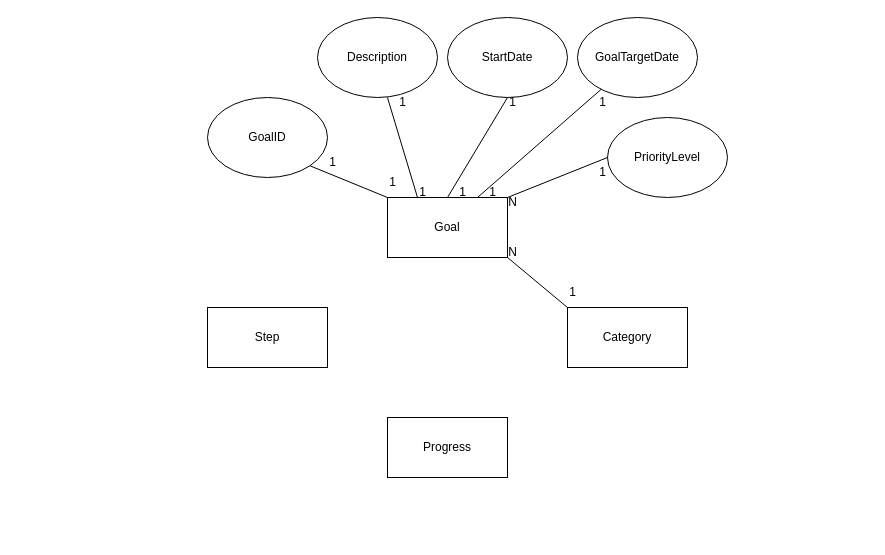
This is Database/Goal Tracker Entity Relationship Diagram.drawio from NathanielStirret/SPU_CSC3220_W25_T-team-6-, a draw.io file, before an edit. Source tidied: cells renumbered, new cells numbered last; positions are measured from the earlier drawing's top-left corner, leaving out a move shared by most shapes. Both pictures are drawn from the tidied source at 100%, with x=0, y=0 at pixel (207, 17).
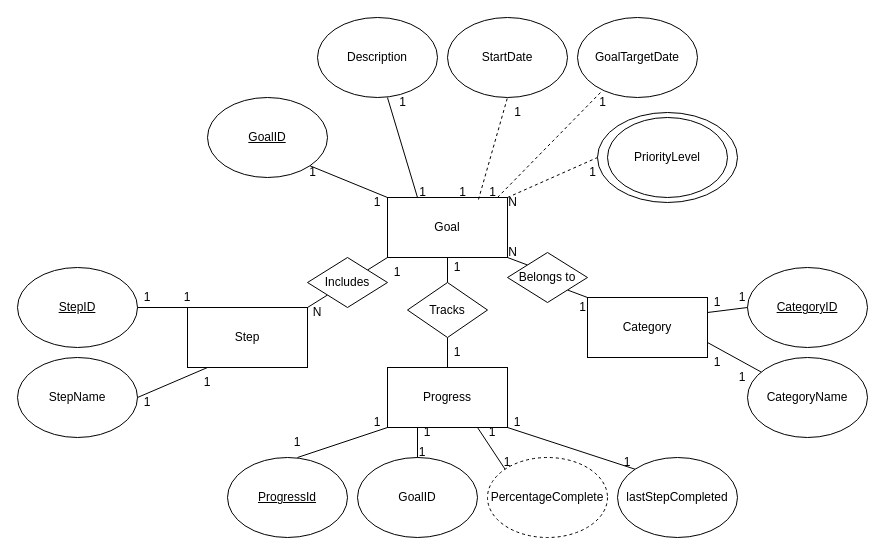
After the change.

The change refers to these unchanged cells:
```xml
<mxCell id="2" value="Goal" style="rounded=0;whiteSpace=wrap;html=1;" parent="1" vertex="1">
  <mxGeometry x="180" y="180" width="120" height="60" as="geometry" />
</mxCell>
<mxCell id="9" value="StartDate" style="ellipse;whiteSpace=wrap;html=1;" parent="1" vertex="1">
  <mxGeometry x="240" width="120" height="80" as="geometry" />
</mxCell>
<mxCell id="10" value="GoalTargetDate" style="ellipse;whiteSpace=wrap;html=1;" parent="1" vertex="1">
  <mxGeometry x="370" width="120" height="80" as="geometry" />
</mxCell>
<mxCell id="17" value="PriorityLevel" style="ellipse;whiteSpace=wrap;html=1;" parent="1" vertex="1">
  <mxGeometry x="400" y="100" width="120" height="80" as="geometry" />
</mxCell>
<mxCell id="22" value="1" style="text;html=1;align=center;verticalAlign=middle;points=[];strokeColor=none;fillColor=none;" parent="1" vertex="1">
  <mxGeometry x="380" y="70" width="30" height="30" as="geometry" />
</mxCell>
<mxCell id="25" value="1" style="text;html=1;align=center;verticalAlign=middle;points=[];strokeColor=none;fillColor=none;" parent="1" vertex="1">
  <mxGeometry x="240" y="160" width="30" height="30" as="geometry" />
</mxCell>
```

The edit, as a diff of the source:
```diff
@@
     <mxCell id="3" value="Progress" style="rounded=0;whiteSpace=wrap;html=1;" parent="1" vertex="1">
-      <mxGeometry x="180" y="400" width="120" height="60" as="geometry" />
+      <mxGeometry x="180" y="350" width="120" height="60" as="geometry" />
     </mxCell>
     <mxCell id="4" value="Step" style="rounded=0;whiteSpace=wrap;html=1;" parent="1" vertex="1">
-      <mxGeometry y="290" width="120" height="60" as="geometry" />
+      <mxGeometry x="-20" y="290" width="120" height="60" as="geometry" />
     </mxCell>
     <mxCell id="5" value="Category" style="rounded=0;whiteSpace=wrap;html=1;" parent="1" vertex="1">
-      <mxGeometry x="360" y="290" width="120" height="60" as="geometry" />
+      <mxGeometry x="380" y="280" width="120" height="60" as="geometry" />
     </mxCell>
-    <mxCell id="6" value="GoalID" style="ellipse;whiteSpace=wrap;html=1;" parent="1" vertex="1">
+    <mxCell id="6" value="&lt;u&gt;GoalID&lt;/u&gt;" style="ellipse;whiteSpace=wrap;html=1;" parent="1" vertex="1">
       <mxGeometry y="80" width="120" height="80" as="geometry" />
     </mxCell>
@@
-    <mxCell id="8" style="endArrow=none;html=1;rounded=0;entryX=1;entryY=1;entryDx=0;entryDy=0;exitX=0;exitY=0;exitDx=0;exitDy=0;" parent="1" edge="1" source="5" target="2">
+    <mxCell id="8" style="endArrow=none;html=1;rounded=0;entryX=1;entryY=1;entryDx=0;entryDy=0;exitX=0;exitY=0;exitDx=0;exitDy=0;" parent="1" edge="1" source="76" target="2">
       <mxGeometry relative="1" as="geometry" />
     </mxCell>
@@
-    <mxCell id="13" style="endArrow=none;html=1;rounded=0;entryX=0.5;entryY=1;entryDx=0;entryDy=0;exitX=0.5;exitY=0;exitDx=0;exitDy=0;" parent="1" edge="1" source="2" target="9">
-      <mxGeometry relative="1" as="geometry" />
-    </mxCell>
-    <mxCell id="14" style="endArrow=none;html=1;rounded=0;exitX=0.75;exitY=0;exitDx=0;exitDy=0;" parent="1" edge="1" source="2" target="10">
-      <mxGeometry relative="1" as="geometry" />
-    </mxCell>
     <mxCell id="15" value="1" style="text;html=1;align=center;verticalAlign=middle;strokeColor=none;fillColor=none;" parent="1" vertex="1">
-      <mxGeometry x="350" y="260" width="30" height="30" as="geometry" />
+      <mxGeometry x="360" y="275" width="30" height="30" as="geometry" />
     </mxCell>
@@
-    <mxCell id="18" style="endArrow=none;html=1;rounded=0;entryX=0;entryY=0.5;entryDx=0;entryDy=0;exitX=1;exitY=0;exitDx=0;exitDy=0;" parent="1" edge="1" source="2" target="17">
-      <mxGeometry relative="1" as="geometry" />
-    </mxCell>
@@
     <mxCell id="20" value="1" style="text;html=1;align=center;verticalAlign=middle;strokeColor=none;fillColor=none;" parent="1" vertex="1">
-      <mxGeometry x="380" y="140" width="30" height="30" as="geometry" />
+      <mxGeometry x="370" y="140" width="30" height="30" as="geometry" />
     </mxCell>
@@
     <mxCell id="24" value="1" style="text;html=1;align=center;verticalAlign=middle;strokeColor=none;fillColor=none;" parent="1" vertex="1">
-      <mxGeometry x="290" y="70" width="30" height="30" as="geometry" />
+      <mxGeometry x="295" y="80" width="30" height="30" as="geometry" />
     </mxCell>
@@
     <mxCell id="27" value="1" style="text;html=1;align=center;verticalAlign=middle;strokeColor=none;fillColor=none;" parent="1" vertex="1">
-      <mxGeometry x="110" y="130" width="30" height="30" as="geometry" />
+      <mxGeometry x="90" y="140" width="30" height="30" as="geometry" />
     </mxCell>
-    <mxCell id="28" style="endArrow=none;html=1;rounded=0;entryX=1;entryY=1;entryDx=0;entryDy=0;exitX=0;exitY=0;exitDx=0;exitDy=0;" parent="1" edge="1" source="2" target="29">
-      <mxGeometry relative="1" as="geometry" />
-    </mxCell>
-    <mxCell id="29" value="1" style="text;html=1;align=center;verticalAlign=middle;points=[];strokeColor=none;fillColor=none;" parent="1" vertex="1">
-      <mxGeometry x="170" y="150" width="30" height="30" as="geometry" />
-    </mxCell>
+    <mxCell id="30" style="endArrow=none;dashed=1;html=1;rounded=0;entryX=0.467;entryY=0.133;entryDx=0;entryDy=0;entryPerimeter=0;" parent="1" edge="1" target="22">
+      <mxGeometry relative="1" as="geometry">
+        <mxPoint x="290" y="180" as="sourcePoint" />
+      </mxGeometry>
+    </mxCell>
+    <mxCell id="31" style="endArrow=none;dashed=1;html=1;rounded=0;exitX=1.033;exitY=0.733;exitDx=0;exitDy=0;exitPerimeter=0;" parent="1" edge="1" source="25">
+      <mxGeometry relative="1" as="geometry">
+        <mxPoint x="300" y="80" as="targetPoint" />
+      </mxGeometry>
+    </mxCell>
+    <mxCell id="32" style="endArrow=none;dashed=1;html=1;rounded=0;entryX=0;entryY=0.5;entryDx=0;entryDy=0;" parent="1" edge="1" target="70">
+      <mxGeometry relative="1" as="geometry">
+        <mxPoint x="300" y="180" as="sourcePoint" />
+      </mxGeometry>
+    </mxCell>
+    <mxCell id="33" value="&lt;u&gt;CategoryID&lt;/u&gt;" style="ellipse;whiteSpace=wrap;html=1;" parent="1" vertex="1">
+      <mxGeometry x="540" y="250" width="120" height="80" as="geometry" />
+    </mxCell>
+    <mxCell id="34" value="CategoryName" style="ellipse;whiteSpace=wrap;html=1;" parent="1" vertex="1">
+      <mxGeometry x="540" y="340" width="120" height="80" as="geometry" />
+    </mxCell>
+    <mxCell id="35" style="endArrow=none;html=1;rounded=0;entryX=0;entryY=0.5;entryDx=0;entryDy=0;exitX=1;exitY=0.25;exitDx=0;exitDy=0;" parent="1" edge="1" source="5" target="33">
+      <mxGeometry relative="1" as="geometry" />
+    </mxCell>
+    <mxCell id="36" style="endArrow=none;html=1;rounded=0;exitX=1;exitY=0.75;exitDx=0;exitDy=0;" parent="1" edge="1" source="5" target="34">
+      <mxGeometry relative="1" as="geometry" />
+    </mxCell>
+    <mxCell id="37" value="1" style="text;html=1;align=center;verticalAlign=middle;whiteSpace=wrap;rounded=0;" parent="1" vertex="1">
+      <mxGeometry x="510" y="270" width="50" height="20" as="geometry" />
+    </mxCell>
+    <mxCell id="38" value="1" style="text;html=1;align=center;verticalAlign=middle;whiteSpace=wrap;rounded=0;" parent="1" vertex="1">
+      <mxGeometry x="510" y="350" width="50" height="20" as="geometry" />
+    </mxCell>
+    <mxCell id="39" value="1" style="text;html=1;align=center;verticalAlign=middle;whiteSpace=wrap;rounded=0;" parent="1" vertex="1">
+      <mxGeometry x="140" y="170" width="60" height="30" as="geometry" />
+    </mxCell>
+    <mxCell id="40" style="endArrow=none;html=1;rounded=0;entryX=0;entryY=1;entryDx=0;entryDy=0;" parent="1" edge="1" source="74" target="2">
+      <mxGeometry relative="1" as="geometry" />
+    </mxCell>
+    <mxCell id="41" value="1" style="text;html=1;align=center;verticalAlign=middle;whiteSpace=wrap;rounded=0;" parent="1" vertex="1">
+      <mxGeometry x="160" y="240" width="60" height="30" as="geometry" />
+    </mxCell>
+    <mxCell id="42" value="N" style="text;html=1;align=center;verticalAlign=middle;whiteSpace=wrap;rounded=0;" parent="1" vertex="1">
+      <mxGeometry x="80" y="280" width="60" height="30" as="geometry" />
+    </mxCell>
+    <mxCell id="43" value="&lt;u&gt;StepID&lt;/u&gt;" style="ellipse;whiteSpace=wrap;html=1;" parent="1" vertex="1">
+      <mxGeometry x="-190" y="250" width="120" height="80" as="geometry" />
+    </mxCell>
+    <mxCell id="44" value="StepName" style="ellipse;whiteSpace=wrap;html=1;" parent="1" vertex="1">
+      <mxGeometry x="-190" y="340" width="120" height="80" as="geometry" />
+    </mxCell>
+    <mxCell id="45" style="endArrow=none;html=1;rounded=0;exitX=1;exitY=0.5;exitDx=0;exitDy=0;" parent="1" edge="1" source="43">
+      <mxGeometry relative="1" as="geometry">
+        <mxPoint y="290" as="targetPoint" />
+      </mxGeometry>
+    </mxCell>
+    <mxCell id="46" style="endArrow=none;html=1;rounded=0;exitX=1;exitY=0.5;exitDx=0;exitDy=0;" parent="1" edge="1" source="44">
+      <mxGeometry relative="1" as="geometry">
+        <mxPoint y="350" as="targetPoint" />
+      </mxGeometry>
+    </mxCell>
+    <mxCell id="47" value="1" style="text;html=1;align=center;verticalAlign=middle;whiteSpace=wrap;rounded=0;" parent="1" vertex="1">
+      <mxGeometry x="-90" y="265" width="60" height="30" as="geometry" />
+    </mxCell>
+    <mxCell id="48" value="1" style="text;html=1;align=center;verticalAlign=middle;whiteSpace=wrap;rounded=0;" parent="1" vertex="1">
+      <mxGeometry x="-50" y="265" width="60" height="30" as="geometry" />
+    </mxCell>
+    <mxCell id="49" value="1" style="text;html=1;align=center;verticalAlign=middle;whiteSpace=wrap;rounded=0;" parent="1" vertex="1">
+      <mxGeometry x="-30" y="350" width="60" height="30" as="geometry" />
+    </mxCell>
+    <mxCell id="50" value="1" style="text;html=1;align=center;verticalAlign=middle;whiteSpace=wrap;rounded=0;" parent="1" vertex="1">
+      <mxGeometry x="-90" y="370" width="60" height="30" as="geometry" />
+    </mxCell>
+    <mxCell id="51" style="endArrow=none;html=1;rounded=0;exitX=0.5;exitY=0;exitDx=0;exitDy=0;" parent="1" edge="1" source="72">
+      <mxGeometry relative="1" as="geometry">
+        <mxPoint x="240" y="240" as="targetPoint" />
+      </mxGeometry>
+    </mxCell>
+    <mxCell id="52" value="1" style="text;html=1;align=center;verticalAlign=middle;whiteSpace=wrap;rounded=0;" parent="1" vertex="1">
+      <mxGeometry x="220" y="235" width="60" height="30" as="geometry" />
+    </mxCell>
+    <mxCell id="53" value="1" style="text;html=1;align=center;verticalAlign=middle;whiteSpace=wrap;rounded=0;" parent="1" vertex="1">
+      <mxGeometry x="220" y="320" width="60" height="30" as="geometry" />
+    </mxCell>
+    <mxCell id="54" value="&lt;u&gt;ProgressId&lt;/u&gt;" style="ellipse;whiteSpace=wrap;html=1;" parent="1" vertex="1">
+      <mxGeometry x="20" y="440" width="120" height="80" as="geometry" />
+    </mxCell>
+    <mxCell id="55" value="PercentageComplete" style="ellipse;whiteSpace=wrap;html=1;dashed=1;" parent="1" vertex="1">
+      <mxGeometry x="280" y="440" width="120" height="80" as="geometry" />
+    </mxCell>
+    <mxCell id="56" value="GoalID" style="ellipse;whiteSpace=wrap;html=1;" parent="1" vertex="1">
+      <mxGeometry x="150" y="440" width="120" height="80" as="geometry" />
+    </mxCell>
+    <mxCell id="57" value="lastStepCompleted" style="ellipse;whiteSpace=wrap;html=1;" parent="1" vertex="1">
+      <mxGeometry x="410" y="440" width="120" height="80" as="geometry" />
+    </mxCell>
+    <mxCell id="58" style="endArrow=none;html=1;rounded=0;entryX=0;entryY=1;entryDx=0;entryDy=0;" parent="1" edge="1" target="3">
+      <mxGeometry relative="1" as="geometry">
+        <mxPoint x="90" y="440" as="sourcePoint" />
+      </mxGeometry>
+    </mxCell>
+    <mxCell id="59" value="1" style="text;html=1;align=center;verticalAlign=middle;whiteSpace=wrap;rounded=0;" parent="1" vertex="1">
+      <mxGeometry x="60" y="410" width="60" height="30" as="geometry" />
+    </mxCell>
+    <mxCell id="60" value="1" style="text;html=1;align=center;verticalAlign=middle;whiteSpace=wrap;rounded=0;" parent="1" vertex="1">
+      <mxGeometry x="140" y="390" width="60" height="30" as="geometry" />
+    </mxCell>
+    <mxCell id="61" style="endArrow=none;html=1;rounded=0;exitX=0.5;exitY=0;exitDx=0;exitDy=0;entryX=0.25;entryY=1;entryDx=0;entryDy=0;" parent="1" edge="1" source="56" target="3">
+      <mxGeometry relative="1" as="geometry" />
+    </mxCell>
+    <mxCell id="62" style="endArrow=none;html=1;rounded=0;entryX=0;entryY=0;entryDx=0;entryDy=0;exitX=0.75;exitY=1;exitDx=0;exitDy=0;" parent="1" edge="1" source="3" target="55">
+      <mxGeometry relative="1" as="geometry" />
+    </mxCell>
+    <mxCell id="63" style="endArrow=none;html=1;rounded=0;exitX=1;exitY=1;exitDx=0;exitDy=0;entryX=0;entryY=0;entryDx=0;entryDy=0;" parent="1" edge="1" source="3" target="57">
+      <mxGeometry relative="1" as="geometry" />
+    </mxCell>
+    <mxCell id="64" value="1" style="text;html=1;align=center;verticalAlign=middle;whiteSpace=wrap;rounded=0;" parent="1" vertex="1">
+      <mxGeometry x="280" y="390" width="60" height="30" as="geometry" />
+    </mxCell>
+    <mxCell id="65" value="1" style="text;html=1;align=center;verticalAlign=middle;whiteSpace=wrap;rounded=0;" parent="1" vertex="1">
+      <mxGeometry x="390" y="430" width="60" height="30" as="geometry" />
+    </mxCell>
+    <mxCell id="66" value="1" style="text;html=1;align=center;verticalAlign=middle;whiteSpace=wrap;rounded=0;" parent="1" vertex="1">
+      <mxGeometry x="190" y="400" width="60" height="30" as="geometry" />
+    </mxCell>
+    <mxCell id="67" value="1" style="text;html=1;align=center;verticalAlign=middle;whiteSpace=wrap;rounded=0;" parent="1" vertex="1">
+      <mxGeometry x="185" y="420" width="60" height="30" as="geometry" />
+    </mxCell>
+    <mxCell id="68" value="1" style="text;html=1;align=center;verticalAlign=middle;whiteSpace=wrap;rounded=0;" parent="1" vertex="1">
+      <mxGeometry x="255" y="400" width="60" height="30" as="geometry" />
+    </mxCell>
+    <mxCell id="69" value="1" style="text;html=1;align=center;verticalAlign=middle;whiteSpace=wrap;rounded=0;" parent="1" vertex="1">
+      <mxGeometry x="270" y="430" width="60" height="30" as="geometry" />
+    </mxCell>
+    <mxCell id="70" style="ellipse;whiteSpace=wrap;html=1;fillColor=none;" parent="1" vertex="1">
+      <mxGeometry x="390" y="95" width="140" height="90" as="geometry" />
+    </mxCell>
+    <mxCell id="71" style="endArrow=none;html=1;rounded=0;exitX=0.5;exitY=0;exitDx=0;exitDy=0;" parent="1" edge="1" source="3" target="72">
+      <mxGeometry relative="1" as="geometry" />
+    </mxCell>
+    <mxCell id="72" value="Tracks" style="rhombus;whiteSpace=wrap;html=1;" parent="1" vertex="1">
+      <mxGeometry x="200" y="265" width="80" height="55" as="geometry" />
+    </mxCell>
+    <mxCell id="73" style="endArrow=none;html=1;rounded=0;entryX=0;entryY=1;entryDx=0;entryDy=0;exitX=1;exitY=0;exitDx=0;exitDy=0;" parent="1" edge="1" source="4" target="74">
+      <mxGeometry relative="1" as="geometry" />
+    </mxCell>
+    <mxCell id="74" value="Includes" style="rhombus;whiteSpace=wrap;html=1;" parent="1" vertex="1">
+      <mxGeometry x="100" y="240" width="80" height="50" as="geometry" />
+    </mxCell>
+    <mxCell id="75" style="endArrow=none;html=1;rounded=0;entryX=1;entryY=1;entryDx=0;entryDy=0;exitX=0;exitY=0;exitDx=0;exitDy=0;" parent="1" edge="1" source="5" target="76">
+      <mxGeometry relative="1" as="geometry" />
+    </mxCell>
+    <mxCell id="76" value="Belongs to" style="rhombus;whiteSpace=wrap;html=1;" parent="1" vertex="1">
+      <mxGeometry x="300" y="235" width="80" height="50" as="geometry" />
+    </mxCell>
+    <mxCell id="77" value="1" style="text;html=1;align=center;verticalAlign=middle;whiteSpace=wrap;rounded=0;" parent="1" vertex="1">
+      <mxGeometry x="480" y="270" width="60" height="30" as="geometry" />
+    </mxCell>
+    <mxCell id="78" value="1" style="text;html=1;align=center;verticalAlign=middle;whiteSpace=wrap;rounded=0;" parent="1" vertex="1">
+      <mxGeometry x="480" y="330" width="60" height="30" as="geometry" />
+    </mxCell>
```
